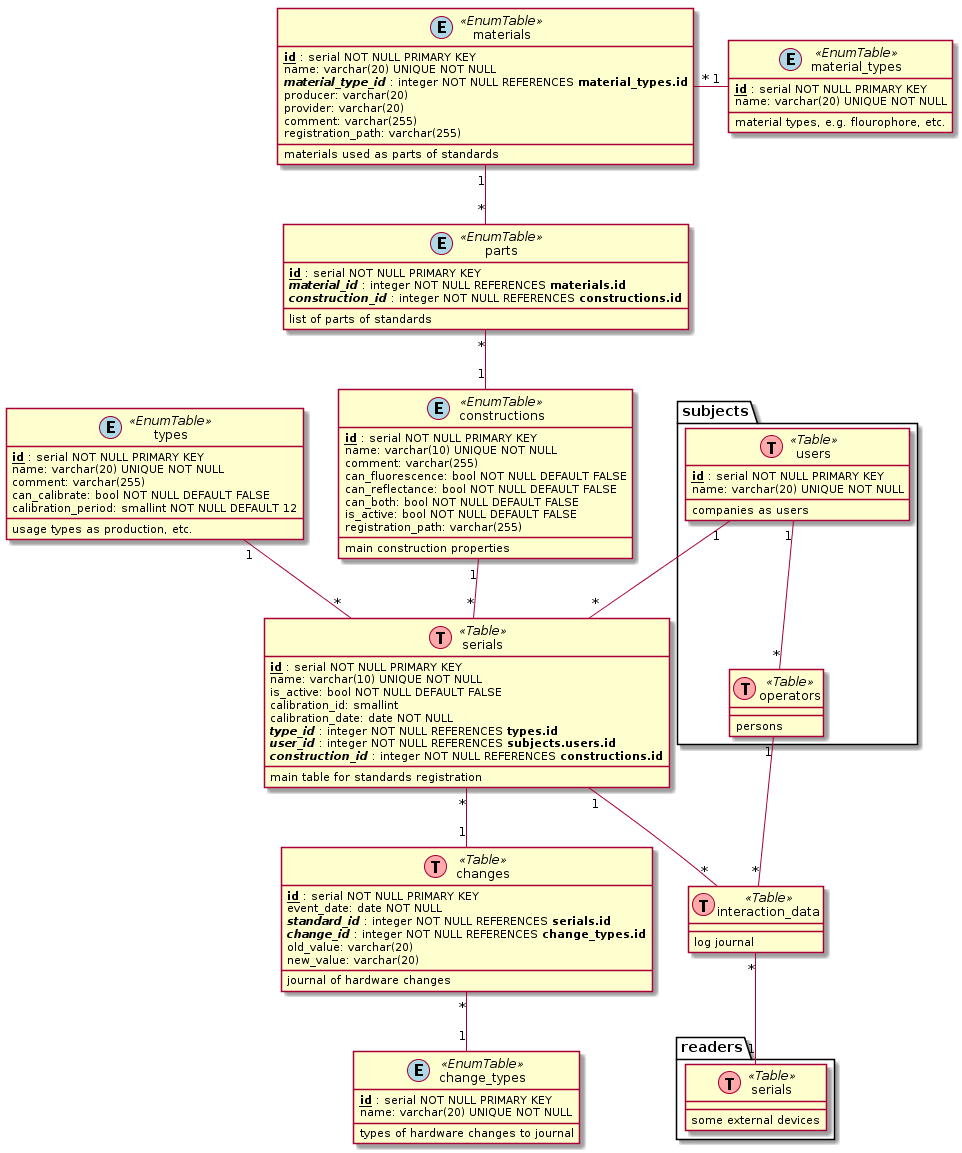
FooBarShebang/plant_uml keeps this PlantUML diagram as database_example/standards_schema.png. Above is the earlier version.
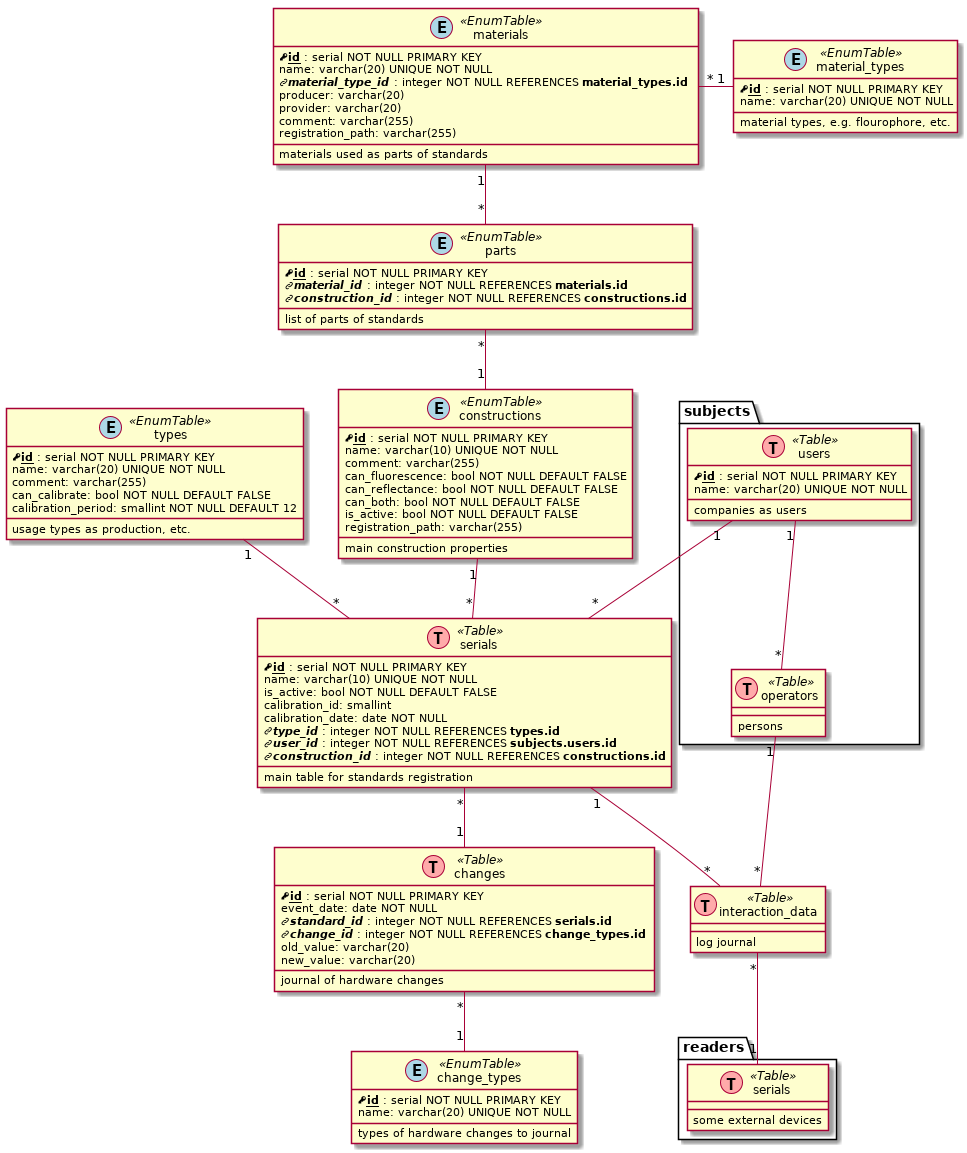
After the commit.

What changed in the source:
```diff
@@ -1,4 +1,4 @@
-@startuml
+@startuml standards_schema
 
 
 
@@ -51,7 +51,7 @@
 
 
 class change_types <<(E, lightblue) EnumTable>> {
-    {field} <u><b>id</b></u> : serial NOT NULL PRIMARY KEY
+    {field} <&key><u><b>id</b></u> : serial NOT NULL PRIMARY KEY
     {field} name: varchar(20) UNIQUE NOT NULL
         {method} types of hardware changes to journal
 }
@@ -59,10 +59,10 @@
 
 
 class changes <<(T,#FFAAAA) Table>> {
-    {field} <u><b>id</b></u> : serial NOT NULL PRIMARY KEY
+    {field} <&key><u><b>id</b></u> : serial NOT NULL PRIMARY KEY
     event_date: date NOT NULL
-    {field} <i><b>standard_id</b></i> : integer NOT NULL REFERENCES <b>serials.id</b>
-    {field} <i><b>change_id</b></i> : integer NOT NULL REFERENCES <b>change_types.id</b>
+    {field} <&link-intact><i><b>standard_id</b></i> : integer NOT NULL REFERENCES <b>serials.id</b>
+    {field} <&link-intact><i><b>change_id</b></i> : integer NOT NULL REFERENCES <b>change_types.id</b>
         {field} old_value: varchar(20)
         {field} new_value: varchar(20)
         {method} journal of hardware changes
@@ -73,7 +73,7 @@
 
 
 class material_types <<(E, lightblue) EnumTable>> {
-    {field} <u><b>id</b></u> : serial NOT NULL PRIMARY KEY
+    {field} <&key><u><b>id</b></u> : serial NOT NULL PRIMARY KEY
     {field} name: varchar(20) UNIQUE NOT NULL
         {method} material types, e.g. flourophore, etc.
 }
@@ -81,9 +81,9 @@
 
 
 class materials <<(E, lightblue) EnumTable>> {
-    {field} <u><b>id</b></u> : serial NOT NULL PRIMARY KEY
+    {field} <&key><u><b>id</b></u> : serial NOT NULL PRIMARY KEY
     {field} name: varchar(20) UNIQUE NOT NULL
-    {field} <i><b>material_type_id</b></i> : integer NOT NULL REFERENCES <b>material_types.id</b>
+    {field} <&link-intact><i><b>material_type_id</b></i> : integer NOT NULL REFERENCES <b>material_types.id</b>
         {field} producer: varchar(20)
         {field} provider: varchar(20)
         {field} comment: varchar(255)
@@ -96,9 +96,9 @@
 
 
 class parts <<(E, lightblue) EnumTable>> {
-    {field} <u><b>id</b></u> : serial NOT NULL PRIMARY KEY
-    {field} {field} <i><b>material_id</b></i> : integer NOT NULL REFERENCES <b>materials.id</b>
-    {field} {field} <i><b>construction_id</b></i> : integer NOT NULL REFERENCES <b>constructions.id</b>
+    {field} <&key><u><b>id</b></u> : serial NOT NULL PRIMARY KEY
+    {field} {field} <&link-intact><i><b>material_id</b></i> : integer NOT NULL REFERENCES <b>materials.id</b>
+    {field} {field} <&link-intact><i><b>construction_id</b></i> : integer NOT NULL REFERENCES <b>constructions.id</b>
         {method} list of parts of standards
 }
 
@@ -107,7 +107,7 @@
 
 
 class types <<(E, lightblue) EnumTable>> {
-    {field} <u><b>id</b></u> : serial NOT NULL PRIMARY KEY
+    {field} <&key><u><b>id</b></u> : serial NOT NULL PRIMARY KEY
     {field} name: varchar(20) UNIQUE NOT NULL
         {field} comment: varchar(255)
         can_calibrate: bool NOT NULL DEFAULT FALSE
@@ -118,7 +118,7 @@
 
 
 class constructions <<(E, lightblue) EnumTable>> {
-    {field} <u><b>id</b></u> : serial NOT NULL PRIMARY KEY
+    {field} <&key><u><b>id</b></u> : serial NOT NULL PRIMARY KEY
     {field} name: varchar(10) UNIQUE NOT NULL
         {field} comment: varchar(255)
         can_fluorescence: bool NOT NULL DEFAULT FALSE
@@ -132,14 +132,14 @@
 
 
 class serials <<(T,#FFAAAA) Table>> {
-    {field} <u><b>id</b></u> : serial NOT NULL PRIMARY KEY
+    {field} <&key><u><b>id</b></u> : serial NOT NULL PRIMARY KEY
     {field} name: varchar(10) UNIQUE NOT NULL
         is_active: bool NOT NULL DEFAULT FALSE
         calibration_id: smallint
         calibration_date: date NOT NULL
-    {field} <i><b>type_id</b></i> : integer NOT NULL REFERENCES <b>types.id</b>
-    {field} <i><b>user_id</b></i> : integer NOT NULL REFERENCES <b>subjects.users.id</b>
-    {field} <i><b>construction_id</b></i> : integer NOT NULL REFERENCES <b>constructions.id</b>
+    {field} <&link-intact><i><b>type_id</b></i> : integer NOT NULL REFERENCES <b>types.id</b>
+    {field} <&link-intact><i><b>user_id</b></i> : integer NOT NULL REFERENCES <b>subjects.users.id</b>
+    {field} <&link-intact><i><b>construction_id</b></i> : integer NOT NULL REFERENCES <b>constructions.id</b>
         {method} main table for standards registration
 }
 
@@ -156,7 +156,7 @@
 
 
 class users <<(T,#FFAAAA) Table>> {
-    {field} <u><b>id</b></u> : serial NOT NULL PRIMARY KEY
+    {field} <&key><u><b>id</b></u> : serial NOT NULL PRIMARY KEY
     {field} name: varchar(20) UNIQUE NOT NULL
 }
 
```
